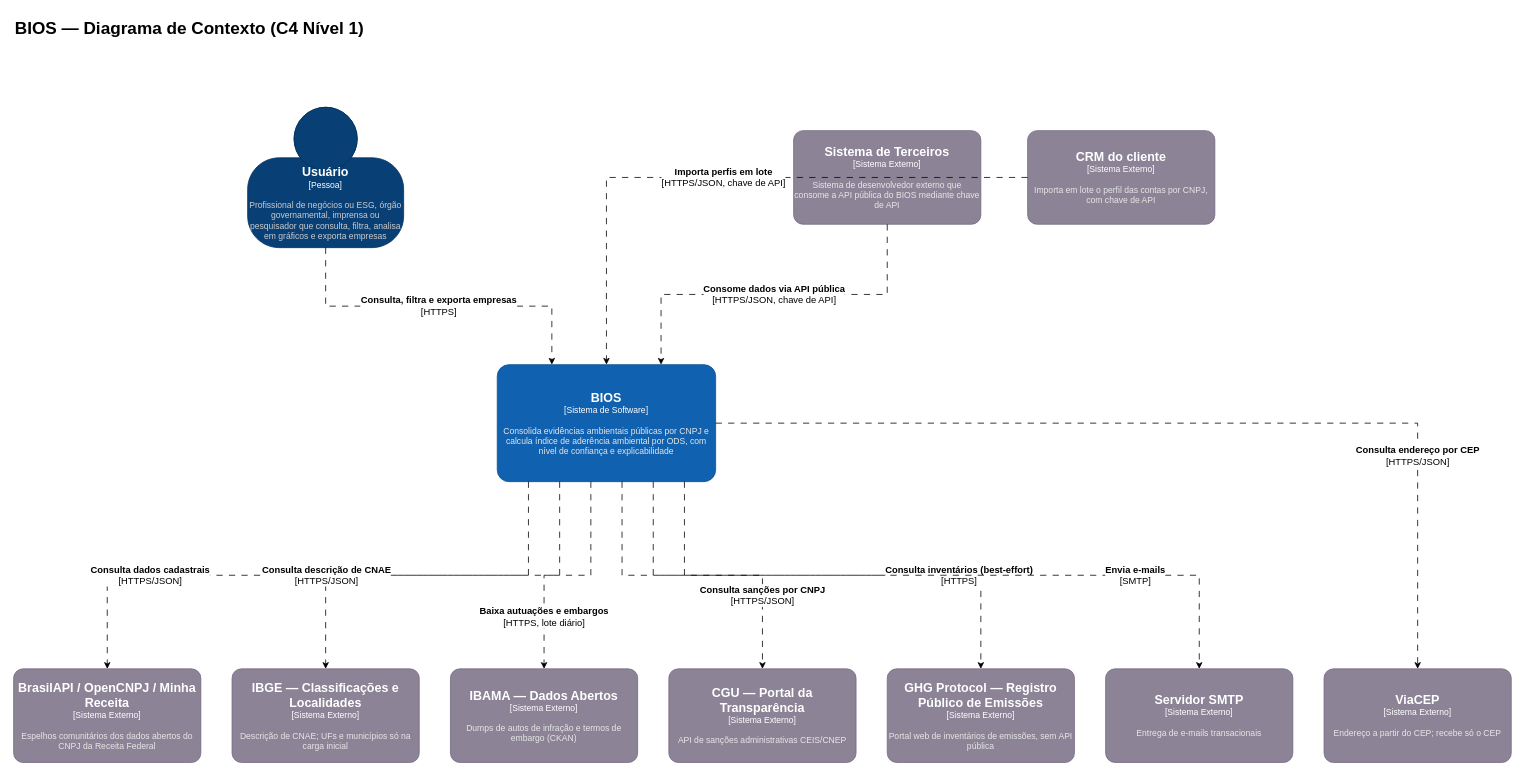
This is page "C4 - Nível 1 - Contexto" (1 of 2) of assets/diagrams/bios-c4-architecture.drawio from odavibatista/bios-docs, a draw.io file, before an edit. Source tidied: cells renumbered, new cells numbered last; positions are measured from the earlier drawing's top-left corner, leaving out a move shared by most shapes. Both pictures are drawn from the tidied source at 78%, with x=0, y=0 at pixel (13, 13).
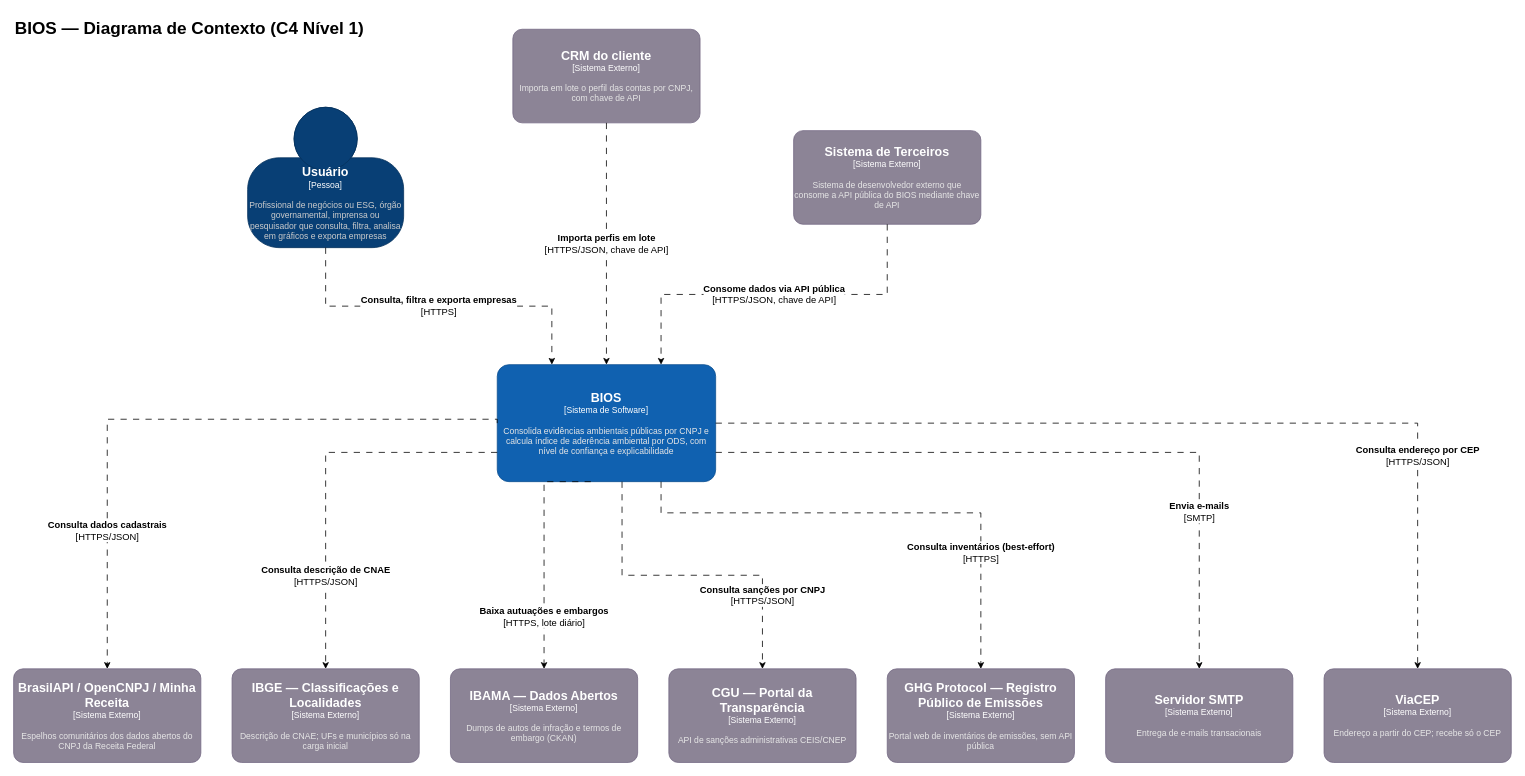
Above is the later version.

Unchanged cells that the change refers to:
```xml
<object id="6" label="&lt;font style=&quot;font-size: 16px&quot;&gt;&lt;b&gt;%c4Name%&lt;/b&gt;&lt;/font&gt;&lt;div&gt;[%c4Type%]&lt;/div&gt;&lt;br&gt;&lt;div&gt;&lt;font style=&quot;font-size: 11px&quot;&gt;&lt;font color=&quot;#E6E6E6&quot;&gt;%c4Description%&lt;/font&gt;&lt;/div&gt;" c4Description="Consolida evidências ambientais públicas por CNPJ e calcula índice de aderência ambiental por ODS, com nível de confiança e explicabilidade" c4Name="BIOS" c4Type="Sistema de Software" placeholders="1">
  <mxCell style="rounded=1;whiteSpace=wrap;html=1;fontSize=11;labelBackgroundColor=none;fillColor=#1061B0;fontColor=#ffffff;align=center;arcSize=10;strokeColor=#0D5091;points=[[0.25,0,0],[0.5,0,0],[0.75,0,0],[1,0.25,0],[1,0.5,0],[1,0.75,0],[0.75,1,0],[0.5,1,0],[0.25,1,0],[0,0.75,0],[0,0.5,0],[0,0.25,0]];" parent="1" vertex="1">
    <mxGeometry x="620" y="450" width="280" height="150" as="geometry" />
  </mxCell>
</object>
<object id="7" label="&lt;font style=&quot;font-size: 16px&quot;&gt;&lt;b&gt;%c4Name%&lt;/b&gt;&lt;/font&gt;&lt;div&gt;[%c4Type%]&lt;/div&gt;&lt;br&gt;&lt;div&gt;&lt;font style=&quot;font-size: 11px&quot;&gt;&lt;font color=&quot;#E6E6E6&quot;&gt;%c4Description%&lt;/font&gt;&lt;/div&gt;" c4Description="Espelhos comunitários dos dados abertos do CNPJ da Receita Federal" c4Name="BrasilAPI / OpenCNPJ / Minha Receita" c4Type="Sistema Externo" placeholders="1">
  <mxCell style="rounded=1;whiteSpace=wrap;html=1;fontSize=11;labelBackgroundColor=none;fillColor=#8C8496;fontColor=#ffffff;align=center;arcSize=10;strokeColor=#736782;points=[[0.25,0,0],[0.5,0,0],[0.75,0,0],[1,0.25,0],[1,0.5,0],[1,0.75,0],[0.75,1,0],[0.5,1,0],[0.25,1,0],[0,0.75,0],[0,0.5,0],[0,0.25,0]];" parent="1" vertex="1">
    <mxGeometry y="840" width="240" height="120" as="geometry" />
  </mxCell>
</object>
<object id="8" label="&lt;font style=&quot;font-size: 16px&quot;&gt;&lt;b&gt;%c4Name%&lt;/b&gt;&lt;/font&gt;&lt;div&gt;[%c4Type%]&lt;/div&gt;&lt;br&gt;&lt;div&gt;&lt;font style=&quot;font-size: 11px&quot;&gt;&lt;font color=&quot;#E6E6E6&quot;&gt;%c4Description%&lt;/font&gt;&lt;/div&gt;" c4Description="Descrição de CNAE; UFs e municípios só na carga inicial" c4Name="IBGE — Classificações e Localidades" c4Type="Sistema Externo" placeholders="1">
  <mxCell style="rounded=1;whiteSpace=wrap;html=1;fontSize=11;labelBackgroundColor=none;fillColor=#8C8496;fontColor=#ffffff;align=center;arcSize=10;strokeColor=#736782;points=[[0.25,0,0],[0.5,0,0],[0.75,0,0],[1,0.25,0],[1,0.5,0],[1,0.75,0],[0.75,1,0],[0.5,1,0],[0.25,1,0],[0,0.75,0],[0,0.5,0],[0,0.25,0]];" parent="1" vertex="1">
    <mxGeometry x="280" y="840" width="240" height="120" as="geometry" />
  </mxCell>
</object>
<object id="9" label="&lt;font style=&quot;font-size: 16px&quot;&gt;&lt;b&gt;%c4Name%&lt;/b&gt;&lt;/font&gt;&lt;div&gt;[%c4Type%]&lt;/div&gt;&lt;br&gt;&lt;div&gt;&lt;font style=&quot;font-size: 11px&quot;&gt;&lt;font color=&quot;#E6E6E6&quot;&gt;%c4Description%&lt;/font&gt;&lt;/div&gt;" c4Description="Dumps de autos de infração e termos de embargo (CKAN)" c4Name="IBAMA — Dados Abertos" c4Type="Sistema Externo" placeholders="1">
  <mxCell style="rounded=1;whiteSpace=wrap;html=1;fontSize=11;labelBackgroundColor=none;fillColor=#8C8496;fontColor=#ffffff;align=center;arcSize=10;strokeColor=#736782;points=[[0.25,0,0],[0.5,0,0],[0.75,0,0],[1,0.25,0],[1,0.5,0],[1,0.75,0],[0.75,1,0],[0.5,1,0],[0.25,1,0],[0,0.75,0],[0,0.5,0],[0,0.25,0]];" parent="1" vertex="1">
    <mxGeometry x="560" y="840" width="240" height="120" as="geometry" />
  </mxCell>
</object>
<object id="11" label="&lt;font style=&quot;font-size: 16px&quot;&gt;&lt;b&gt;%c4Name%&lt;/b&gt;&lt;/font&gt;&lt;div&gt;[%c4Type%]&lt;/div&gt;&lt;br&gt;&lt;div&gt;&lt;font style=&quot;font-size: 11px&quot;&gt;&lt;font color=&quot;#E6E6E6&quot;&gt;%c4Description%&lt;/font&gt;&lt;/div&gt;" c4Description="Portal web de inventários de emissões, sem API pública" c4Name="GHG Protocol — Registro Público de Emissões" c4Type="Sistema Externo" placeholders="1">
  <mxCell style="rounded=1;whiteSpace=wrap;html=1;fontSize=11;labelBackgroundColor=none;fillColor=#8C8496;fontColor=#ffffff;align=center;arcSize=10;strokeColor=#736782;points=[[0.25,0,0],[0.5,0,0],[0.75,0,0],[1,0.25,0],[1,0.5,0],[1,0.75,0],[0.75,1,0],[0.5,1,0],[0.25,1,0],[0,0.75,0],[0,0.5,0],[0,0.25,0]];" parent="1" vertex="1">
    <mxGeometry x="1120" y="840" width="240" height="120" as="geometry" />
  </mxCell>
</object>
<object id="12" label="&lt;font style=&quot;font-size: 16px&quot;&gt;&lt;b&gt;%c4Name%&lt;/b&gt;&lt;/font&gt;&lt;div&gt;[%c4Type%]&lt;/div&gt;&lt;br&gt;&lt;div&gt;&lt;font style=&quot;font-size: 11px&quot;&gt;&lt;font color=&quot;#E6E6E6&quot;&gt;%c4Description%&lt;/font&gt;&lt;/div&gt;" c4Description="Entrega de e-mails transacionais" c4Name="Servidor SMTP" c4Type="Sistema Externo" placeholders="1">
  <mxCell style="rounded=1;whiteSpace=wrap;html=1;fontSize=11;labelBackgroundColor=none;fillColor=#8C8496;fontColor=#ffffff;align=center;arcSize=10;strokeColor=#736782;points=[[0.25,0,0],[0.5,0,0],[0.75,0,0],[1,0.25,0],[1,0.5,0],[1,0.75,0],[0.75,1,0],[0.5,1,0],[0.25,1,0],[0,0.75,0],[0,0.5,0],[0,0.25,0]];" parent="1" vertex="1">
    <mxGeometry x="1400" y="840" width="240" height="120" as="geometry" />
  </mxCell>
</object>
```

What changed in the source:
```diff
@@
     <object id="5" label="&lt;font style=&quot;font-size: 16px&quot;&gt;&lt;b&gt;%c4Name%&lt;/b&gt;&lt;/font&gt;&lt;div&gt;[%c4Type%]&lt;/div&gt;&lt;br&gt;&lt;div&gt;&lt;font style=&quot;font-size: 11px&quot;&gt;&lt;font color=&quot;#E6E6E6&quot;&gt;%c4Description%&lt;/font&gt;&lt;/div&gt;" c4Description="Importa em lote o perfil das contas por CNPJ, com chave de API" c4Name="CRM do cliente" c4Type="Sistema Externo" placeholders="1">
       <mxCell style="rounded=1;whiteSpace=wrap;html=1;fontSize=11;labelBackgroundColor=none;fillColor=#8C8496;fontColor=#ffffff;align=center;arcSize=10;strokeColor=#736782;points=[[0.25,0,0],[0.5,0,0],[0.75,0,0],[1,0.25,0],[1,0.5,0],[1,0.75,0],[0.75,1,0],[0.5,1,0],[0.25,1,0],[0,0.75,0],[0,0.5,0],[0,0.25,0]];" parent="1" vertex="1">
-        <mxGeometry x="1300" y="150" width="240" height="120" as="geometry" />
+        <mxGeometry x="640" y="20" width="240" height="120" as="geometry" />
       </mxCell>
     </object>
@@
-    <mxCell id="17" value="&lt;b&gt;Consulta dados cadastrais&lt;/b&gt;&lt;div&gt;[HTTPS/JSON]&lt;/div&gt;" style="edgeStyle=orthogonalEdgeStyle;rounded=0;jettySize=auto;html=1;dashed=1;dashPattern=8 8;fontSize=12;labelBackgroundColor=default;endArrow=classic;endFill=1;exitX=0.1429;exitY=1;exitDx=0;exitDy=0;entryX=0.5;entryY=0;entryDx=0;entryDy=0;" parent="1" edge="1" source="6" target="7">
-      <mxGeometry x="0.55" relative="1" as="geometry" />
+    <mxCell id="17" value="&lt;b&gt;Consulta dados cadastrais&lt;/b&gt;&lt;div&gt;[HTTPS/JSON]&lt;/div&gt;" style="edgeStyle=orthogonalEdgeStyle;rounded=0;jettySize=auto;html=1;dashed=1;dashPattern=8 8;fontSize=12;labelBackgroundColor=default;endArrow=classic;endFill=1;exitX=0;exitY=0.5;exitDx=0;exitDy=0;entryX=0.5;entryY=0;entryDx=0;entryDy=0;exitPerimeter=0;" parent="1" edge="1" source="6" target="7">
+      <mxGeometry x="0.57" relative="1" as="geometry">
+        <Array as="points">
+          <mxPoint x="620" y="520" />
+          <mxPoint x="120" y="520" />
+        </Array>
+      </mxGeometry>
     </mxCell>
-    <mxCell id="18" value="&lt;b&gt;Consulta descrição de CNAE&lt;/b&gt;&lt;div&gt;[HTTPS/JSON]&lt;/div&gt;" style="edgeStyle=orthogonalEdgeStyle;rounded=0;jettySize=auto;html=1;dashed=1;dashPattern=8 8;fontSize=12;labelBackgroundColor=default;endArrow=classic;endFill=1;exitX=0.2857;exitY=1;exitDx=0;exitDy=0;entryX=0.5;entryY=0;entryDx=0;entryDy=0;" parent="1" edge="1" source="6" target="8">
-      <mxGeometry x="0.55" relative="1" as="geometry" />
+    <mxCell id="18" value="&lt;b&gt;Consulta descrição de CNAE&lt;/b&gt;&lt;div&gt;[HTTPS/JSON]&lt;/div&gt;" style="edgeStyle=orthogonalEdgeStyle;rounded=0;jettySize=auto;html=1;dashed=1;dashPattern=8 8;fontSize=12;labelBackgroundColor=default;endArrow=classic;endFill=1;exitX=0;exitY=0.75;exitDx=0;exitDy=0;entryX=0.5;entryY=0;entryDx=0;entryDy=0;exitPerimeter=0;" parent="1" edge="1" source="6" target="8">
+      <mxGeometry x="0.52" relative="1" as="geometry" />
     </mxCell>
     <mxCell id="19" value="&lt;b&gt;Baixa autuações e embargos&lt;/b&gt;&lt;div&gt;[HTTPS, lote diário]&lt;/div&gt;" style="edgeStyle=orthogonalEdgeStyle;rounded=0;jettySize=auto;html=1;dashed=1;dashPattern=8 8;fontSize=12;labelBackgroundColor=default;endArrow=classic;endFill=1;exitX=0.4286;exitY=1;exitDx=0;exitDy=0;entryX=0.5;entryY=0;entryDx=0;entryDy=0;" parent="1" edge="1" source="6" target="9">
-      <mxGeometry x="0.55" relative="1" as="geometry" />
+      <mxGeometry x="0.55" relative="1" as="geometry">
+        <Array as="points">
+          <mxPoint x="680" y="600" />
+        </Array>
+      </mxGeometry>
     </mxCell>
@@
-    <mxCell id="21" value="&lt;b&gt;Consulta inventários (best-effort)&lt;/b&gt;&lt;div&gt;[HTTPS]&lt;/div&gt;" style="edgeStyle=orthogonalEdgeStyle;rounded=0;jettySize=auto;html=1;dashed=1;dashPattern=8 8;fontSize=12;labelBackgroundColor=default;endArrow=classic;endFill=1;exitX=0.7143;exitY=1;exitDx=0;exitDy=0;entryX=0.5;entryY=0;entryDx=0;entryDy=0;" parent="1" edge="1" source="6" target="11">
-      <mxGeometry x="0.55" relative="1" as="geometry" />
+    <mxCell id="21" value="&lt;b&gt;Consulta inventários (best-effort)&lt;/b&gt;&lt;div&gt;[HTTPS]&lt;/div&gt;" style="edgeStyle=orthogonalEdgeStyle;rounded=0;jettySize=auto;html=1;dashed=1;dashPattern=8 8;fontSize=12;labelBackgroundColor=default;endArrow=classic;endFill=1;exitX=0.75;exitY=1;exitDx=0;exitDy=0;entryX=0.5;entryY=0;entryDx=0;entryDy=0;exitPerimeter=0;" parent="1" edge="1" source="6" target="11">
+      <mxGeometry x="0.54" relative="1" as="geometry">
+        <Array as="points">
+          <mxPoint x="830" y="640" />
+          <mxPoint x="1240" y="640" />
+        </Array>
+      </mxGeometry>
     </mxCell>
-    <mxCell id="22" value="&lt;b&gt;Envia e-mails&lt;/b&gt;&lt;div&gt;[SMTP]&lt;/div&gt;" style="edgeStyle=orthogonalEdgeStyle;rounded=0;jettySize=auto;html=1;dashed=1;dashPattern=8 8;fontSize=12;labelBackgroundColor=default;endArrow=classic;endFill=1;exitX=0.8571;exitY=1;exitDx=0;exitDy=0;entryX=0.5;entryY=0;entryDx=0;entryDy=0;" parent="1" edge="1" source="6" target="12">
+    <mxCell id="22" value="&lt;b&gt;Envia e-mails&lt;/b&gt;&lt;div&gt;[SMTP]&lt;/div&gt;" style="edgeStyle=orthogonalEdgeStyle;rounded=0;jettySize=auto;html=1;dashed=1;dashPattern=8 8;fontSize=12;labelBackgroundColor=default;endArrow=classic;endFill=1;exitX=1;exitY=0.75;exitDx=0;exitDy=0;entryX=0.5;entryY=0;entryDx=0;entryDy=0;exitPerimeter=0;" parent="1" edge="1" source="6" target="12">
       <mxGeometry x="0.55" relative="1" as="geometry" />
     </mxCell>
```
